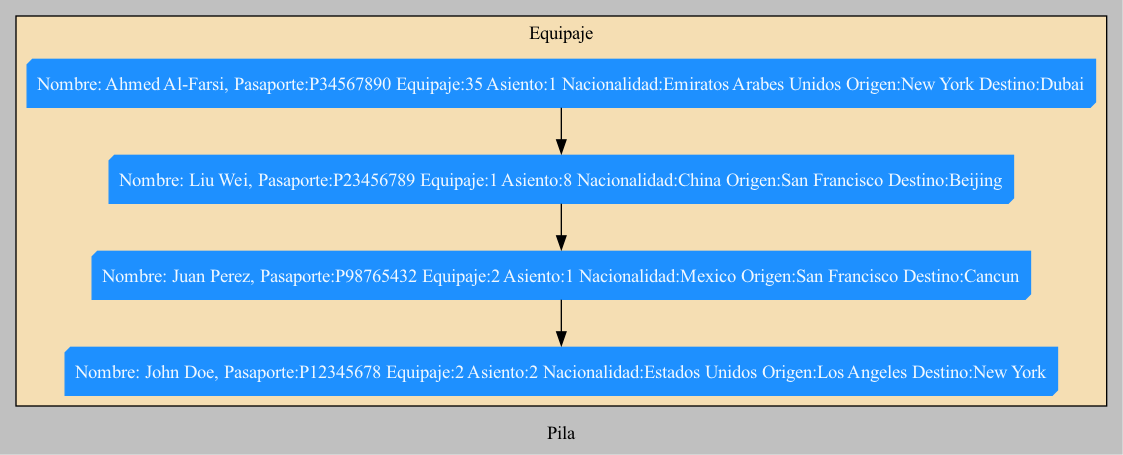
Earlier version of the Graphviz export grafica_Pila.png (Edwinhndz/201807124_EDD_Practica). Its source is kept beside it as grafica_Pila.dot.
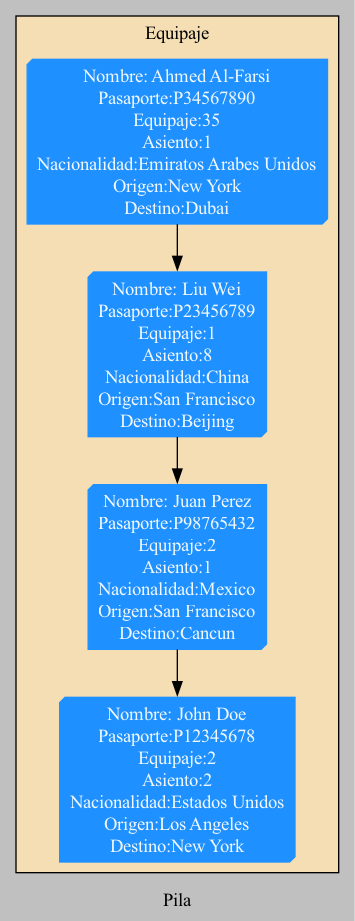
The same file after the commit.

Diff of the diagram source:
```diff
@@ -4,10 +4,34 @@
 subgraph cluster_top_floor{
 bgcolor=wheat;
 label="Equipaje";
-nodo0[ shape=box3d  , fontcolor=aliceblue , style=filled , color=dodgerblue , label="Nombre: Ahmed Al-Farsi, Pasaporte:P34567890 Equipaje:35 Asiento:1 Nacionalidad:Emiratos Arabes Unidos Origen:New York Destino:Dubai"]
-nodo1[ shape=box3d  , fontcolor=aliceblue , style=filled , color=dodgerblue , label="Nombre: Liu Wei, Pasaporte:P23456789 Equipaje:1 Asiento:8 Nacionalidad:China Origen:San Francisco Destino:Beijing"]
-nodo2[ shape=box3d  , fontcolor=aliceblue , style=filled , color=dodgerblue , label="Nombre: Juan Perez, Pasaporte:P98765432 Equipaje:2 Asiento:1 Nacionalidad:Mexico Origen:San Francisco Destino:Cancun"]
-nodo3[ shape=box3d  , fontcolor=aliceblue , style=filled , color=dodgerblue , label="Nombre: John Doe, Pasaporte:P12345678 Equipaje:2 Asiento:2 Nacionalidad:Estados Unidos Origen:Los Angeles Destino:New York"]
+nodo0[ shape=box3d  , fontcolor=aliceblue , style=filled , color=dodgerblue , label="Nombre: Ahmed Al-Farsi
+Pasaporte:P34567890
+Equipaje:35
+Asiento:1
+Nacionalidad:Emiratos Arabes Unidos
+Origen:New York
+Destino:Dubai"]
+nodo1[ shape=box3d  , fontcolor=aliceblue , style=filled , color=dodgerblue , label="Nombre: Liu Wei
+Pasaporte:P23456789
+Equipaje:1
+Asiento:8
+Nacionalidad:China
+Origen:San Francisco
+Destino:Beijing"]
+nodo2[ shape=box3d  , fontcolor=aliceblue , style=filled , color=dodgerblue , label="Nombre: Juan Perez
+Pasaporte:P98765432
+Equipaje:2
+Asiento:1
+Nacionalidad:Mexico
+Origen:San Francisco
+Destino:Cancun"]
+nodo3[ shape=box3d  , fontcolor=aliceblue , style=filled , color=dodgerblue , label="Nombre: John Doe
+Pasaporte:P12345678
+Equipaje:2
+Asiento:2
+Nacionalidad:Estados Unidos
+Origen:Los Angeles
+Destino:New York"]
 nodo0 -> nodo1 -> nodo2 -> nodo3;
 }
 }
```
